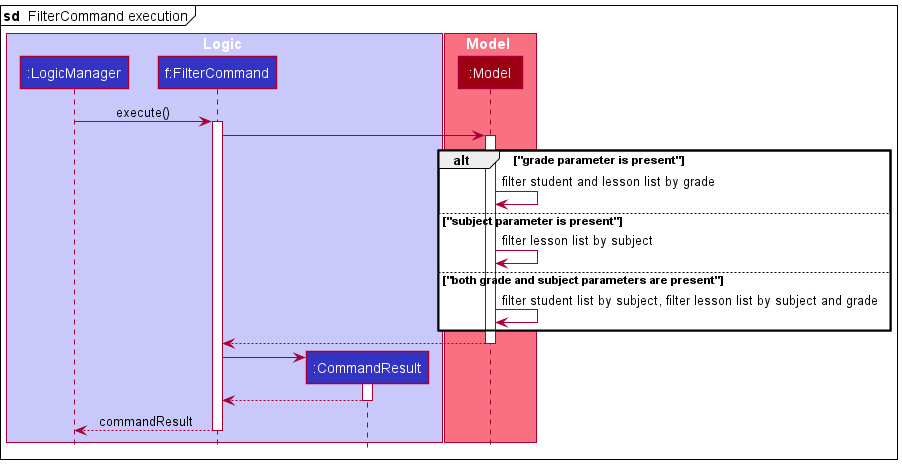
Above: docs/images/DeveloperGuideImage/FilterSequenceDiagram1.png in nus-cs2103-AY2122S1/tp (PlantUML), before the change. Source of this version:
```plantuml
@startuml
!include style.puml

mainframe **sd**  FilterCommand execution

box Logic LOGIC_COLOR_T1
participant ":LogicManager" as LogicManager LOGIC_COLOR
participant "f:FilterCommand" as FilterCommand LOGIC_COLOR
participant ":CommandResult" as CommandResult LOGIC_COLOR
end box

box Model MODEL_COLOR_T1
participant ":Model" as Model MODEL_COLOR
end box

LogicManager -> FilterCommand : execute()
activate FilterCommand

FilterCommand -> Model
activate Model

alt "grade parameter is present"
    Model -> Model : filter student and lesson list by grade

else "subject parameter is present"
    Model -> Model : filter lesson list by subject

else "both grade and subject parameters are present"
    Model -> Model : filter student list by subject, filter lesson list by subject and grade
end

Model --> FilterCommand
deactivate Model

create CommandResult
FilterCommand -> CommandResult
activate CommandResult

CommandResult --> FilterCommand
deactivate CommandResult

LogicManager <-- FilterCommand  : commandResult
deactivate FilterCommand
@enduml
```
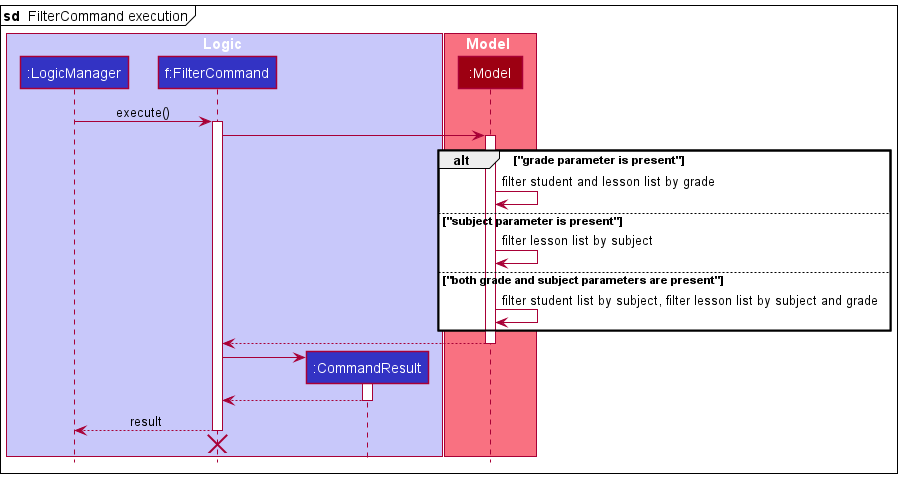
Above is the later version.

Diff of the diagram source:
```diff
@@ -39,6 +39,9 @@
 CommandResult --> FilterCommand
 deactivate CommandResult
 
-LogicManager <-- FilterCommand  : commandResult
+LogicManager <-- FilterCommand  : result
 deactivate FilterCommand
+
+FilterCommand -[hidden]-> LogicManager
+destroy FilterCommand
 @enduml
```
